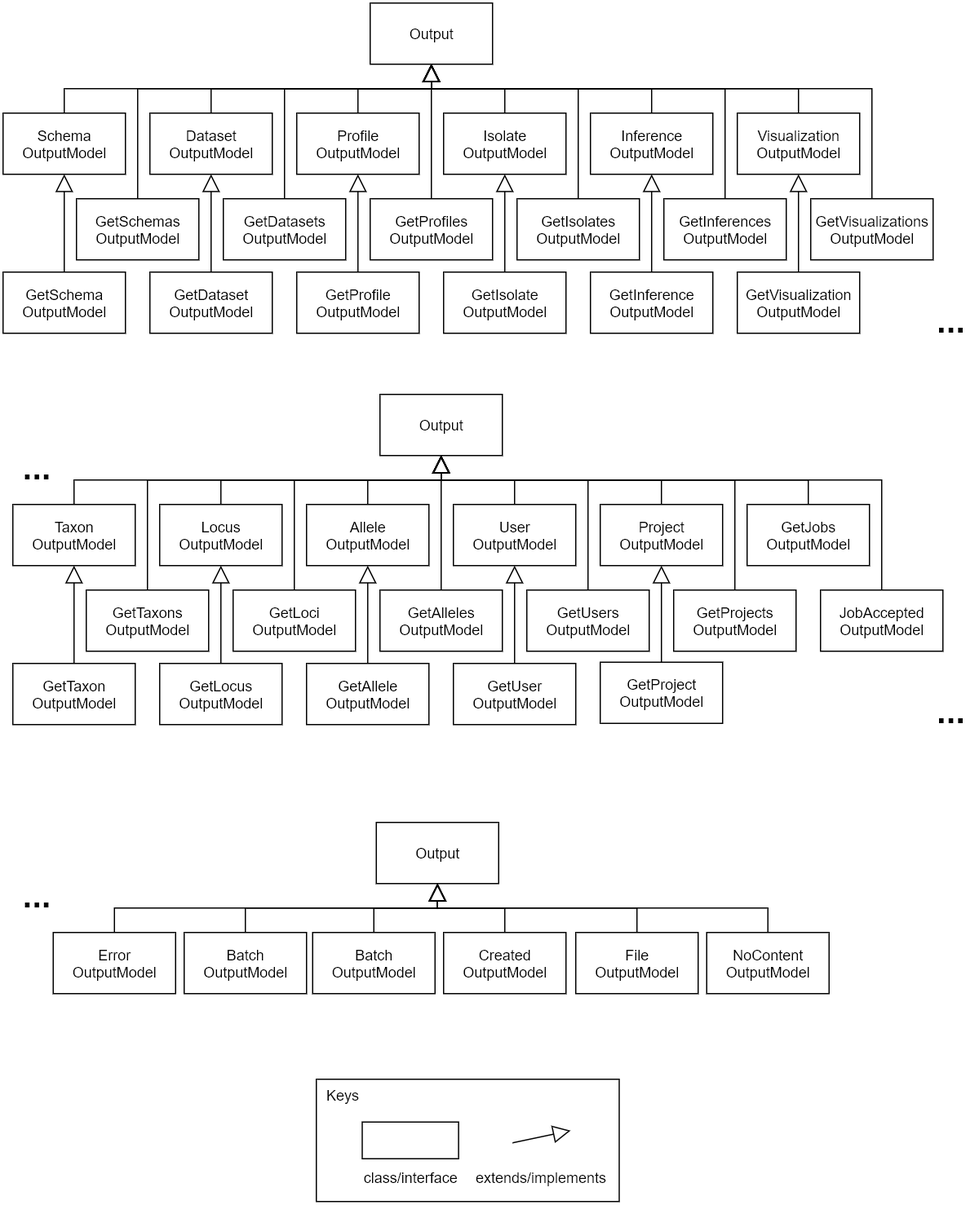
phyloviz/phyloDB keeps this draw.io diagram as wiki/images/phylodb-generalization-outputModels.png. Above is the earlier version. Source tidied: cells renumbered, new cells last; positions are measured from the earlier drawing's top-left corner, leaving out a move shared by most shapes.
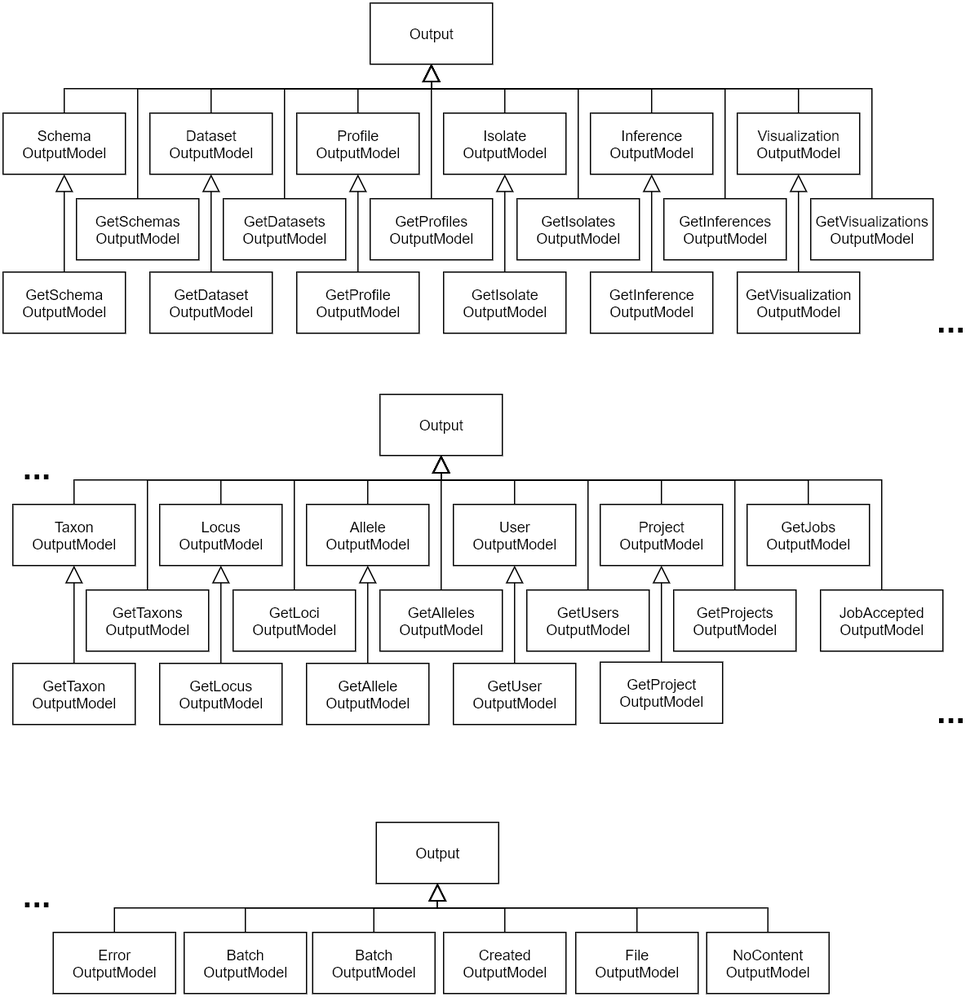
Later version of the same file.

Change to the diagram source:
```diff
@@ -379,26 +379,5 @@
     <mxCell id="90" value="&lt;span style=&quot;font-size: 28px&quot;&gt;&lt;b&gt;...&lt;/b&gt;&lt;/span&gt;" style="text;html=1;strokeColor=none;fillColor=none;align=center;verticalAlign=middle;whiteSpace=wrap;rounded=0;" parent="1" vertex="1">
       <mxGeometry x="8" y="720" width="40" height="20" as="geometry" />
     </mxCell>
-    <mxCell id="91" style="group;" parent="1" vertex="1">
-      <mxGeometry x="256" y="880" width="247.5" height="100" as="geometry" />
-    </mxCell>
-    <mxCell id="92" value="&amp;nbsp; Keys" style="rounded=0;whiteSpace=wrap;html=1;align=left;verticalAlign=top;" parent="91" vertex="1">
-      <mxGeometry width="247.5" height="100" as="geometry" />
-    </mxCell>
-    <mxCell id="93" style="endArrow=block;html=1;exitX=1;exitY=0.5;exitDx=0;exitDy=0;startArrow=none;startFill=0;endFill=0;endSize=12;" parent="91" edge="1">
-      <mxGeometry relative="1" as="geometry">
-        <mxPoint x="160.3" y="52" as="sourcePoint" />
-        <mxPoint x="207.7" y="42" as="targetPoint" />
-      </mxGeometry>
-    </mxCell>
-    <mxCell id="94" value="extends/implements" style="text;html=1;strokeColor=none;fillColor=none;align=center;verticalAlign=middle;whiteSpace=wrap;rounded=0;" parent="91" vertex="1">
-      <mxGeometry x="139" y="70" width="89.5" height="20" as="geometry" />
-    </mxCell>
-    <mxCell id="95" value="class/interface" style="text;html=1;strokeColor=none;fillColor=none;align=center;verticalAlign=middle;whiteSpace=wrap;rounded=0;" parent="91" vertex="1">
-      <mxGeometry x="45.5" y="70" width="62.7" height="20" as="geometry" />
-    </mxCell>
-    <mxCell id="96" style="rounded=0;whiteSpace=wrap;html=1;" parent="91" vertex="1">
-      <mxGeometry x="37.5" y="35" width="78.7" height="30" as="geometry" />
-    </mxCell>
   </root>
 </mxGraphModel>
```
